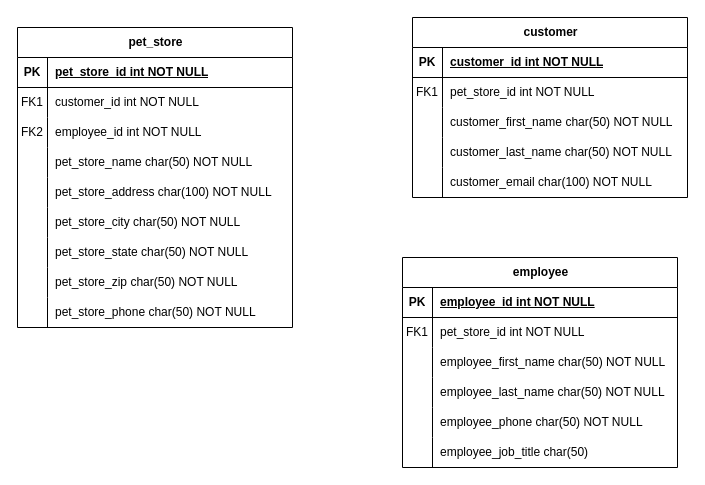
This is Untitled Diagram.drawio from adfisher4/pet-store, a draw.io file, before an edit. Source tidied: cells renumbered, new cells numbered last; positions are measured from the earlier drawing's top-left corner, leaving out a move shared by most shapes. Both pictures are drawn from the tidied source at 100%, with x=0, y=0 at pixel (17, 17).
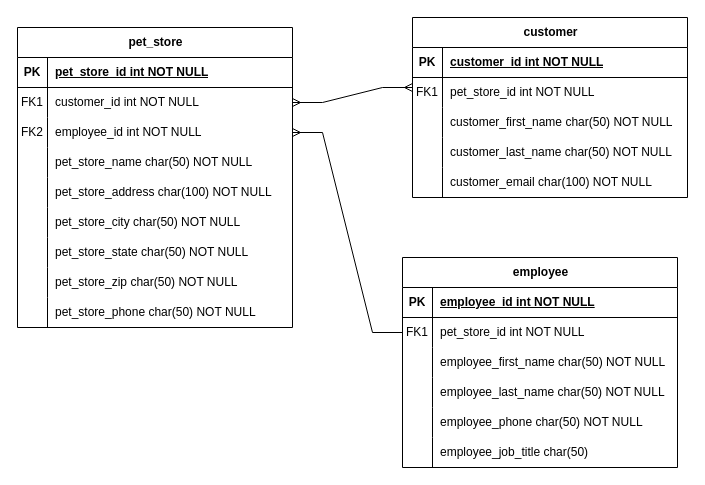
The same diagram, later.

Unchanged cells that the change refers to:
```xml
<mxCell id="6" style="shape=tableRow;horizontal=0;startSize=0;swimlaneHead=0;swimlaneBody=0;fillColor=none;points=[[0,0.5],[1,0.5]];portConstraint=eastwest;top=0;left=0;right=0;bottom=0;" parent="2" vertex="1">
  <mxGeometry y="60" width="275" height="30" as="geometry" />
</mxCell>
<mxCell id="9" style="shape=tableRow;horizontal=0;startSize=0;swimlaneHead=0;swimlaneBody=0;fillColor=none;points=[[0,0.5],[1,0.5]];portConstraint=eastwest;top=0;left=0;right=0;bottom=0;" parent="2" vertex="1">
  <mxGeometry y="90" width="275" height="30" as="geometry" />
</mxCell>
<mxCell id="34" style="shape=tableRow;horizontal=0;startSize=0;swimlaneHead=0;swimlaneBody=0;fillColor=none;points=[[0,0.5],[1,0.5]];portConstraint=eastwest;top=0;left=0;right=0;bottom=0;" parent="30" vertex="1">
  <mxGeometry y="60" width="275" height="30" as="geometry" />
</mxCell>
```

Diff of the diagram source:
```diff
@@
+    <mxCell id="65" style="edgeStyle=entityRelationEdgeStyle;fontSize=12;html=1;endArrow=ERmany;startArrow=ERmany;rounded=0;exitX=1;exitY=0.5;exitDx=0;exitDy=0;" parent="1" edge="1" source="6">
+      <mxGeometry relative="1" as="geometry">
+        <mxPoint x="395" y="70" as="targetPoint" />
+      </mxGeometry>
+    </mxCell>
+    <mxCell id="66" style="edgeStyle=entityRelationEdgeStyle;fontSize=12;html=1;endArrow=ERmany;rounded=0;entryX=1;entryY=0.5;entryDx=0;entryDy=0;exitX=0;exitY=0.5;exitDx=0;exitDy=0;" parent="1" edge="1" source="34" target="9">
+      <mxGeometry relative="1" as="geometry" />
+    </mxCell>
```
